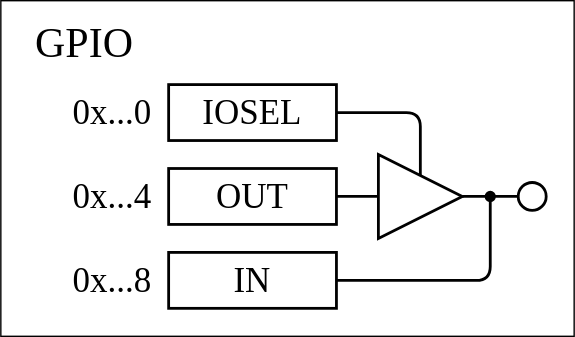
Before: .packages/gpio/img/gpio.dio.svg, a diagram exported from draw.io (NextMicon/template-tinyfpga). Source tidied: cells renumbered, new cells last; positions are measured from the earlier drawing's top-left corner, leaving out a move shared by most shapes. Its diagram source:
```xml
<mxGraphModel>
  <root>
    <mxCell id="0" />
    <mxCell id="1" parent="0" />
    <mxCell id="2" style="rounded=0;whiteSpace=wrap;html=1;fillColor=default;" parent="1" vertex="1">
      <mxGeometry width="410" height="240" as="geometry" />
    </mxCell>
    <mxCell id="3" value="GPIO" style="text;html=1;strokeColor=none;fillColor=none;align=center;verticalAlign=middle;whiteSpace=wrap;rounded=0;fontSize=30;fontFamily=Lucida Console;" parent="1" vertex="1">
      <mxGeometry y="10" width="120" height="40" as="geometry" />
    </mxCell>
    <mxCell id="4" value="0x...0" style="text;html=1;strokeColor=none;fillColor=none;align=right;verticalAlign=middle;whiteSpace=wrap;rounded=0;fontSize=25;fontFamily=Lucida Console;" parent="1" vertex="1">
      <mxGeometry x="20" y="60" width="90" height="40" as="geometry" />
    </mxCell>
    <mxCell id="5" style="endArrow=none;html=1;strokeWidth=2;fontFamily=Lucida Console;fontSize=30;endFill=0;" parent="1" edge="1">
      <mxGeometry relative="1" as="geometry">
        <mxPoint x="240" y="80" as="sourcePoint" />
        <mxPoint x="300" y="130" as="targetPoint" />
        <Array as="points">
          <mxPoint x="300" y="80" />
        </Array>
      </mxGeometry>
    </mxCell>
    <mxCell id="6" style="endArrow=none;html=1;strokeWidth=2;fontFamily=Lucida Console;fontSize=30;endFill=0;" parent="1" edge="1">
      <mxGeometry relative="1" as="geometry">
        <mxPoint x="240" y="140" as="sourcePoint" />
        <mxPoint x="270" y="140" as="targetPoint" />
      </mxGeometry>
    </mxCell>
    <mxCell id="7" value="IOSEL" style="rounded=0;whiteSpace=wrap;html=1;strokeWidth=2;fontFamily=Lucida Console;fontSize=25;fillColor=default;" parent="1" vertex="1">
      <mxGeometry x="120" y="60" width="120" height="40" as="geometry" />
    </mxCell>
    <mxCell id="8" style="triangle;whiteSpace=wrap;html=1;fontSize=25;strokeWidth=2;" parent="1" vertex="1">
      <mxGeometry x="270" y="110" width="60" height="60" as="geometry" />
    </mxCell>
    <mxCell id="9" style="endArrow=none;startArrow=none;html=1;fontSize=25;strokeWidth=2;startFill=0;endFill=0;" parent="1" edge="1">
      <mxGeometry relative="1" as="geometry">
        <mxPoint x="330" y="140" as="sourcePoint" />
        <mxPoint x="380" y="140" as="targetPoint" />
      </mxGeometry>
    </mxCell>
    <mxCell id="10" style="ellipse;whiteSpace=wrap;html=1;strokeWidth=2;fontSize=25;" parent="1" vertex="1">
      <mxGeometry x="370" y="130" width="20" height="20" as="geometry" />
    </mxCell>
    <mxCell id="11" value="OUT" style="rounded=0;whiteSpace=wrap;html=1;strokeWidth=2;fontFamily=Lucida Console;fontSize=25;fillColor=default;" parent="1" vertex="1">
      <mxGeometry x="120" y="120" width="120" height="40" as="geometry" />
    </mxCell>
    <mxCell id="12" value="IN" style="rounded=0;whiteSpace=wrap;html=1;strokeWidth=2;fontFamily=Lucida Console;fontSize=25;fillColor=default;" parent="1" vertex="1">
      <mxGeometry x="120" y="180" width="120" height="40" as="geometry" />
    </mxCell>
    <mxCell id="13" style="endArrow=none;html=1;strokeWidth=2;fontFamily=Lucida Console;fontSize=30;startArrow=oval;startFill=1;endFill=0;" parent="1" edge="1">
      <mxGeometry relative="1" as="geometry">
        <mxPoint x="350" y="140" as="sourcePoint" />
        <mxPoint x="240" y="200" as="targetPoint" />
        <Array as="points">
          <mxPoint x="350" y="200" />
        </Array>
      </mxGeometry>
    </mxCell>
    <mxCell id="14" value="0x...4" style="text;html=1;strokeColor=none;fillColor=none;align=right;verticalAlign=middle;whiteSpace=wrap;rounded=0;fontSize=25;fontFamily=Lucida Console;" parent="1" vertex="1">
      <mxGeometry x="20" y="120" width="90" height="40" as="geometry" />
    </mxCell>
    <mxCell id="15" value="0x...8" style="text;html=1;strokeColor=none;fillColor=none;align=right;verticalAlign=middle;whiteSpace=wrap;rounded=0;fontSize=25;fontFamily=Lucida Console;" parent="1" vertex="1">
      <mxGeometry x="20" y="180" width="90" height="40" as="geometry" />
    </mxCell>
  </root>
</mxGraphModel>
```
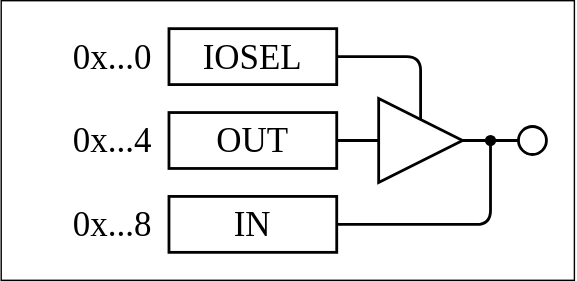
After the change.

Change to the diagram source:
```diff
@@ -3,11 +3,8 @@
     <mxCell id="0" />
     <mxCell id="1" parent="0" />
     <mxCell id="2" style="rounded=0;whiteSpace=wrap;html=1;fillColor=default;" parent="1" vertex="1">
-      <mxGeometry width="410" height="240" as="geometry" />
+      <mxGeometry y="40" width="410" height="200" as="geometry" />
     </mxCell>
-    <mxCell id="3" value="GPIO" style="text;html=1;strokeColor=none;fillColor=none;align=center;verticalAlign=middle;whiteSpace=wrap;rounded=0;fontSize=30;fontFamily=Lucida Console;" parent="1" vertex="1">
-      <mxGeometry y="10" width="120" height="40" as="geometry" />
-    </mxCell>
     <mxCell id="4" value="0x...0" style="text;html=1;strokeColor=none;fillColor=none;align=right;verticalAlign=middle;whiteSpace=wrap;rounded=0;fontSize=25;fontFamily=Lucida Console;" parent="1" vertex="1">
       <mxGeometry x="20" y="60" width="90" height="40" as="geometry" />
     </mxCell>
```
